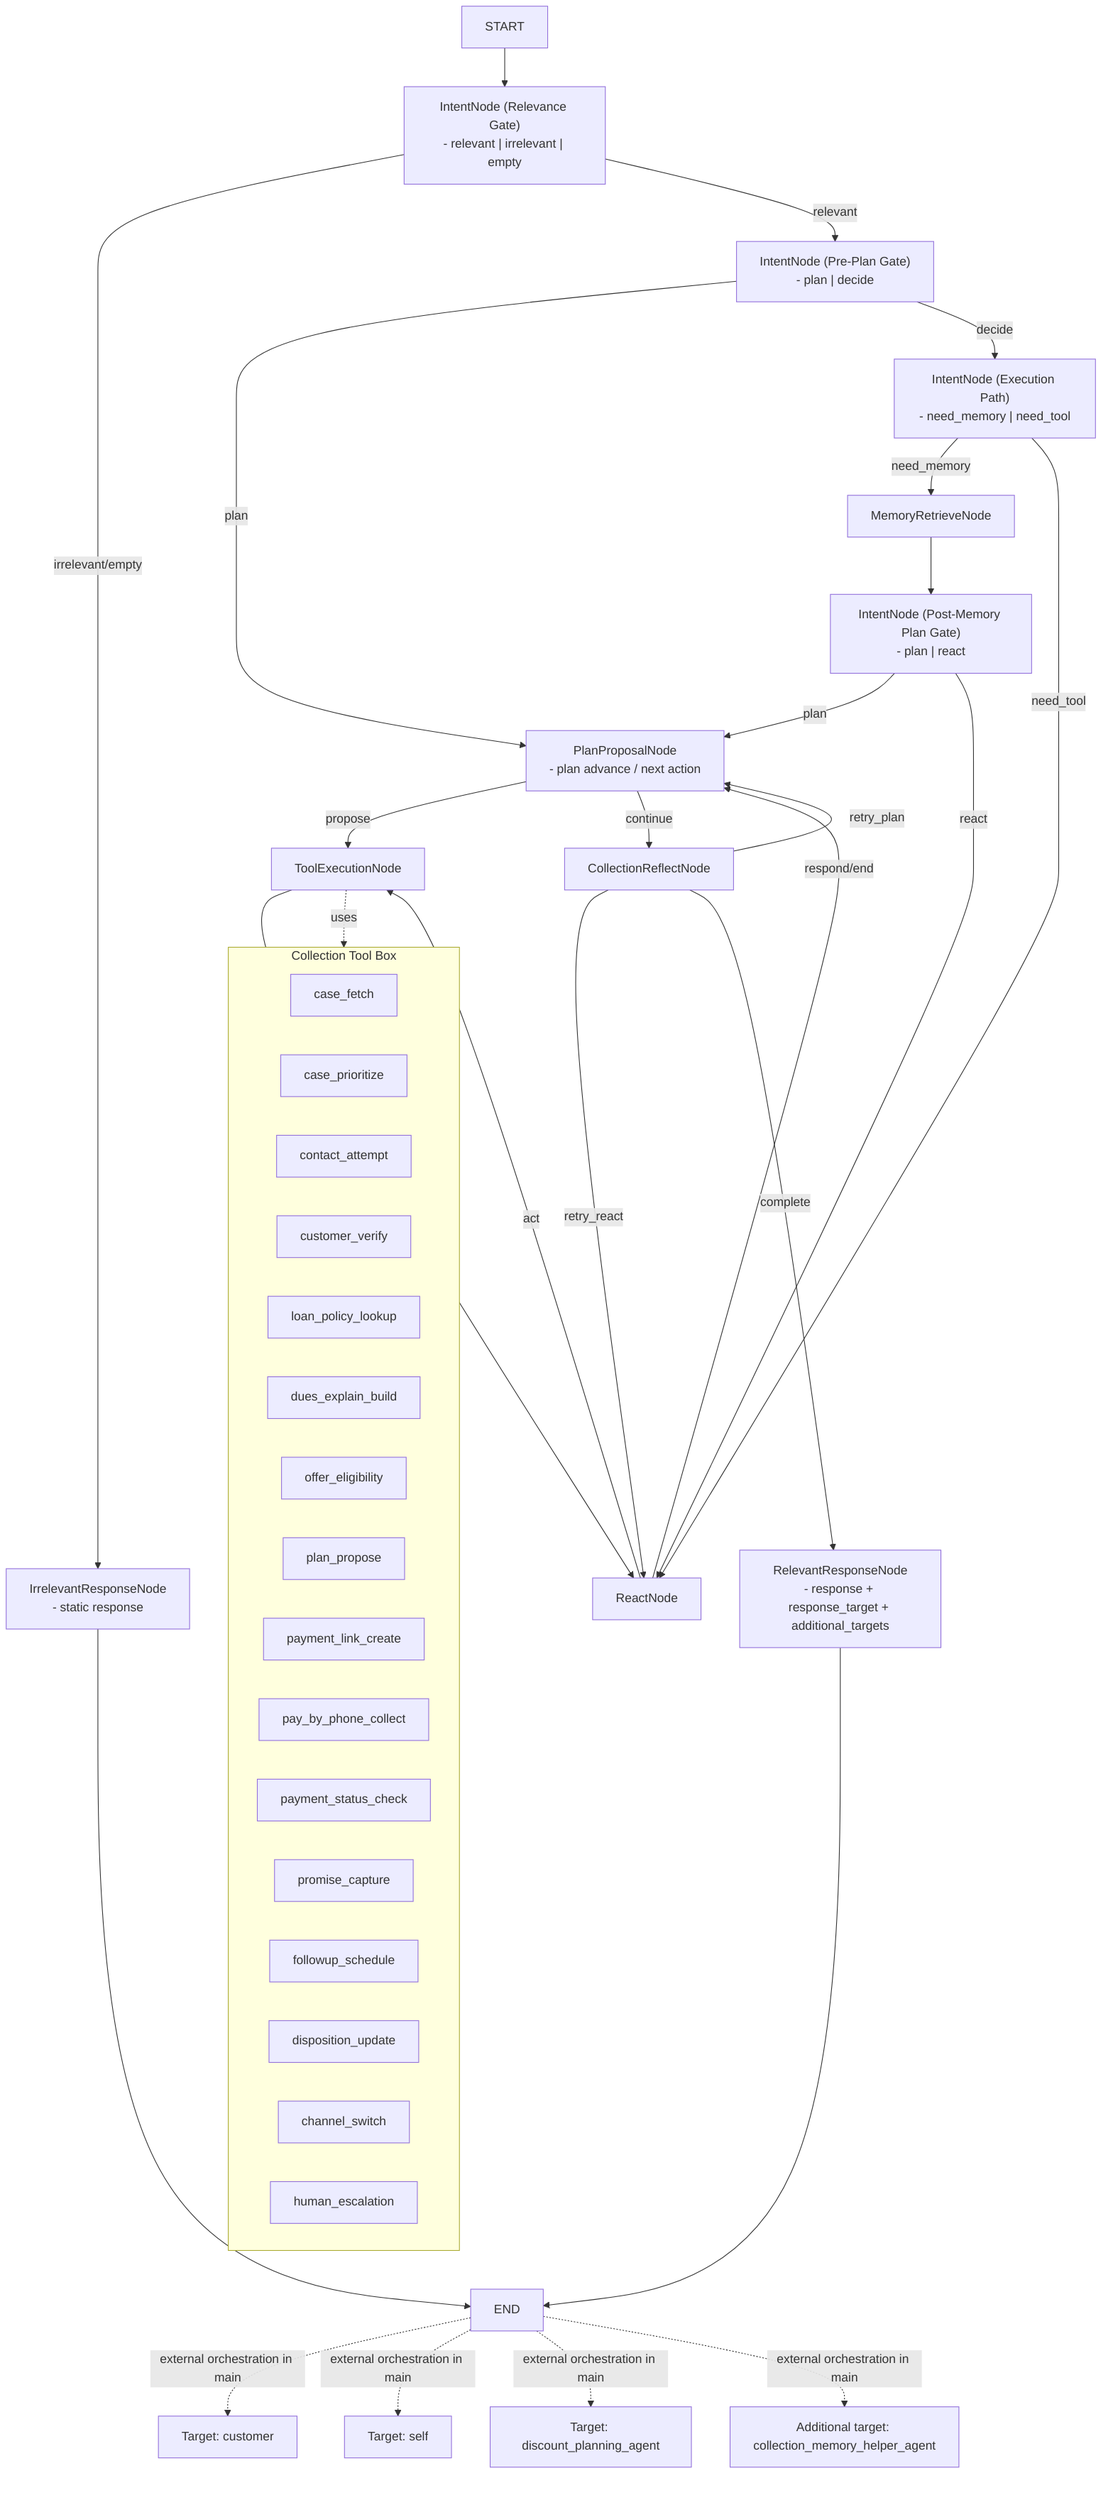
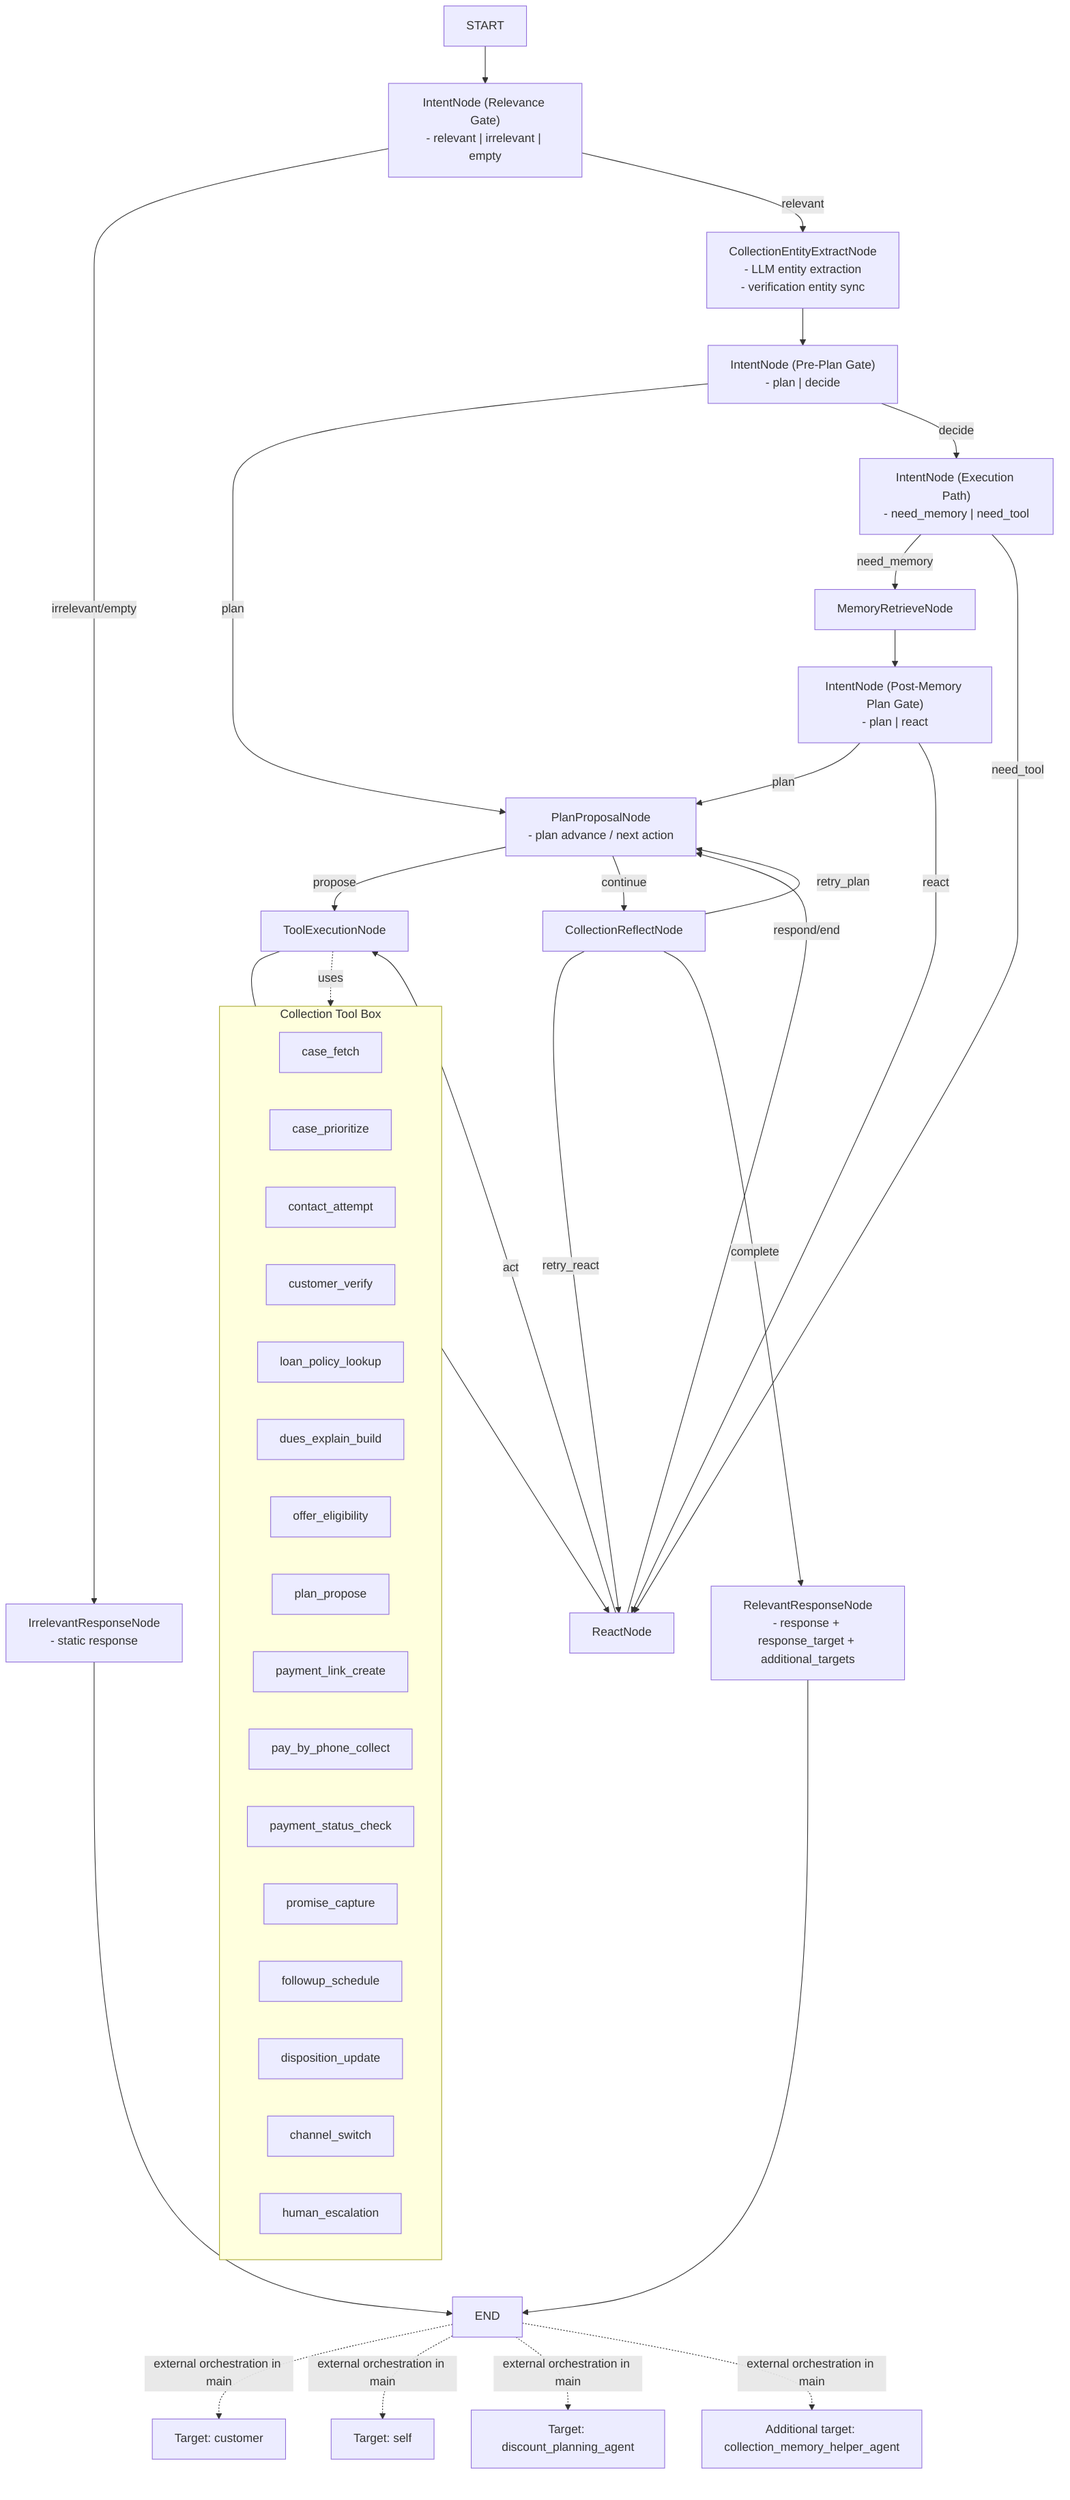
flowchart TD
  Start["START"] --> IN["IntentNode (Relevance Gate)\n- relevant | irrelevant | empty"]
  IN -->|irrelevant/empty| IR["IrrelevantResponseNode\n- static response"]
  IR --> End["END"]

-   IN -->|relevant| PG["IntentNode (Pre-Plan Gate)\n- plan | decide"]
+   IN -->|relevant| EN["CollectionEntityExtractNode\n- LLM entity extraction\n- verification entity sync"]
+   EN --> PG["IntentNode (Pre-Plan Gate)\n- plan | decide"]
  PG -->|plan| PP["PlanProposalNode\n- plan advance / next action"]
  PG -->|decide| XP["IntentNode (Execution Path)\n- need_memory | need_tool"]

  XP -->|need_memory| MR["MemoryRetrieveNode"]
  MR --> PM["IntentNode (Post-Memory Plan Gate)\n- plan | react"]
  PM -->|plan| PP
  PM -->|react| RN["ReactNode"]

  XP -->|need_tool| RN
  RN -->|act| TE["ToolExecutionNode"]
  TE --> RN
  RN -->|respond/end| PP

  PP -->|propose| TE
  PP -->|continue| RF["CollectionReflectNode"]

  RF -->|retry_react| RN
  RF -->|retry_plan| PP
  RF -->|complete| RR["RelevantResponseNode\n- response + response_target + additional_targets"]
  RR --> End

  End -.external orchestration in main.-> X1["Target: customer"]
  End -.external orchestration in main.-> X2["Target: self"]
  End -.external orchestration in main.-> X3["Target: discount_planning_agent"]
  End -.external orchestration in main.-> X4["Additional target: collection_memory_helper_agent"]

  subgraph TBOX["Collection Tool Box"]
    T1["case_fetch"]
    T2["case_prioritize"]
    T3["contact_attempt"]
    T4["customer_verify"]
    T5["loan_policy_lookup"]
    T6["dues_explain_build"]
    T7["offer_eligibility"]
    T8["plan_propose"]
    T9["payment_link_create"]
    T10["pay_by_phone_collect"]
    T11["payment_status_check"]
    T12["promise_capture"]
    T13["followup_schedule"]
    T14["disposition_update"]
    T15["channel_switch"]
    T16["human_escalation"]
  end

  TE -.uses.-> TBOX
